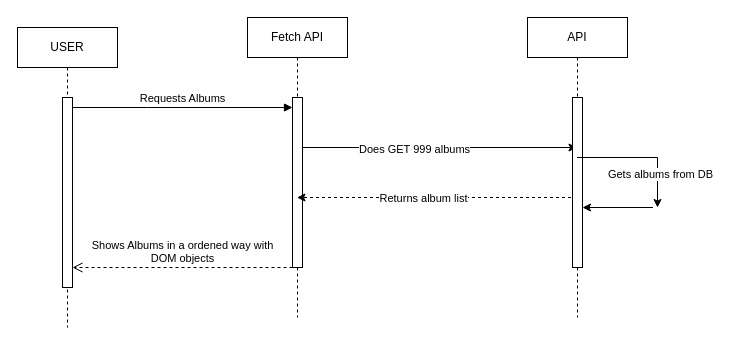
Before: Documentation/UMLDiagramGET.drawio in LyonBerends/web-basics, a draw.io diagram. Source tidied: cells renumbered, new cells numbered last; positions are measured from the earlier drawing's top-left corner, leaving out a move shared by most shapes. Both pictures are drawn from the tidied source at 100%, with x=0, y=0 at pixel (17, 17).
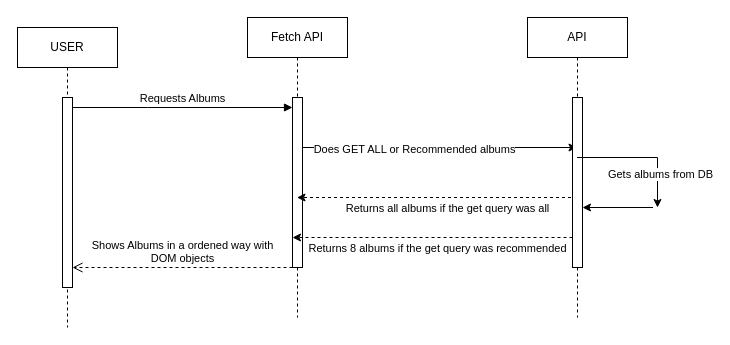
Above is the later version.

The change refers to these unchanged cells:
```xml
<mxCell id="8" style="edgeStyle=elbowEdgeStyle;rounded=0;jettySize=auto;html=1;elbow=vertical;curved=0;dashed=1;" parent="1" edge="1" source="12" target="4">
  <mxGeometry relative="1" as="geometry">
    <Array as="points">
      <mxPoint x="440" y="180" />
      <mxPoint x="460" y="165" />
    </Array>
  </mxGeometry>
</mxCell>
<mxCell id="10" style="edgeStyle=elbowEdgeStyle;rounded=0;jettySize=auto;html=1;elbow=vertical;curved=0;" parent="1" edge="1" source="5" target="12">
  <mxGeometry relative="1" as="geometry">
    <Array as="points">
      <mxPoint x="440" y="130" />
    </Array>
  </mxGeometry>
</mxCell>
```

Diff of the diagram source:
```diff
@@
-    <mxCell id="9" value="Returns album list" style="edgeLabel;html=1;align=center;verticalAlign=middle;" parent="8" vertex="1">
-      <mxGeometry x="0.1" relative="1" as="geometry" />
+    <mxCell id="9" value="Returns all albums if the get query was all" style="edgeLabel;html=1;align=center;verticalAlign=middle;" parent="8" vertex="1">
+      <mxGeometry x="0.1" relative="1" as="geometry">
+        <mxPoint x="24" y="10" as="offset" />
+      </mxGeometry>
     </mxCell>
@@
-    <mxCell id="11" value="Does GET 999 albums" style="edgeLabel;html=1;align=center;verticalAlign=middle;" parent="10" vertex="1">
+    <mxCell id="11" value="&lt;div&gt;Does GET ALL or Recommended albums&lt;/div&gt;" style="edgeLabel;html=1;align=center;verticalAlign=middle;" parent="10" vertex="1">
       <mxGeometry x="-0.19" y="-1" relative="1" as="geometry" />
     </mxCell>
@@
+    <mxCell id="17" style="edgeStyle=elbowEdgeStyle;rounded=0;orthogonalLoop=1;jettySize=auto;html=1;elbow=vertical;curved=0;dashed=1;" parent="1" edge="1">
+      <mxGeometry relative="1" as="geometry">
+        <mxPoint x="555" y="220" as="sourcePoint" />
+        <mxPoint x="275" y="220" as="targetPoint" />
+        <Array as="points">
+          <mxPoint x="435" y="220" />
+          <mxPoint x="455" y="205" />
+        </Array>
+      </mxGeometry>
+    </mxCell>
+    <mxCell id="18" value="Returns 8 albums if the get query was recommended" style="edgeLabel;html=1;align=center;verticalAlign=middle;" parent="17" vertex="1">
+      <mxGeometry x="0.1" relative="1" as="geometry">
+        <mxPoint x="18" y="10" as="offset" />
+      </mxGeometry>
+    </mxCell>
```
